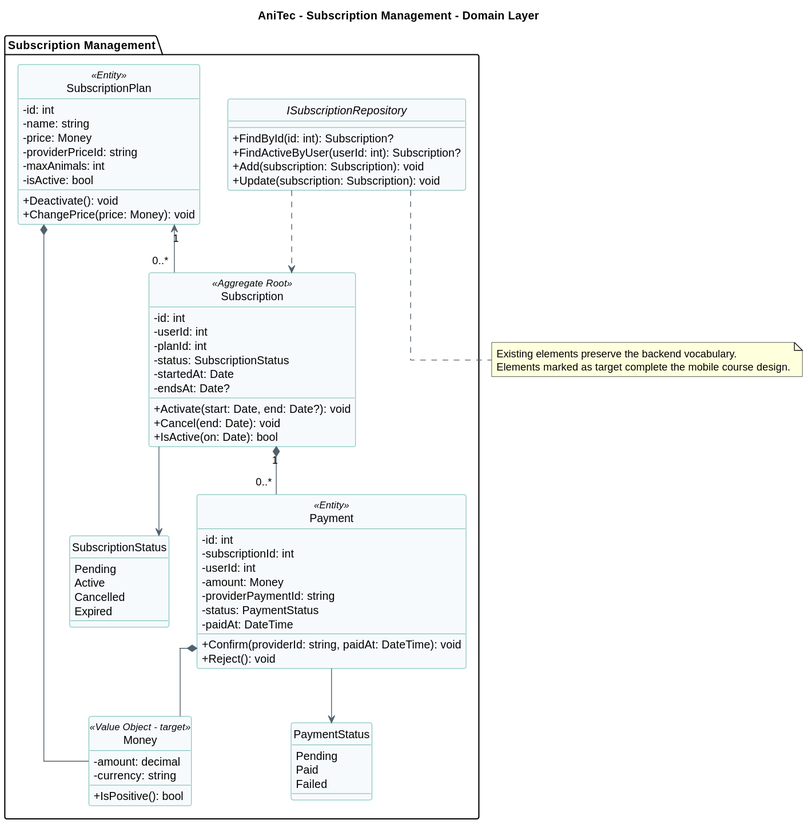
This is markdown/assets/codefordiagrams/2-6-8-Bounded-Context-Subscription-Management/2-6-8-domain-layer-class-diagram.svg from ADM-1ACC0238-2620-13975-Grupo01/Informe, a PlantUML export, as it was before one commit.
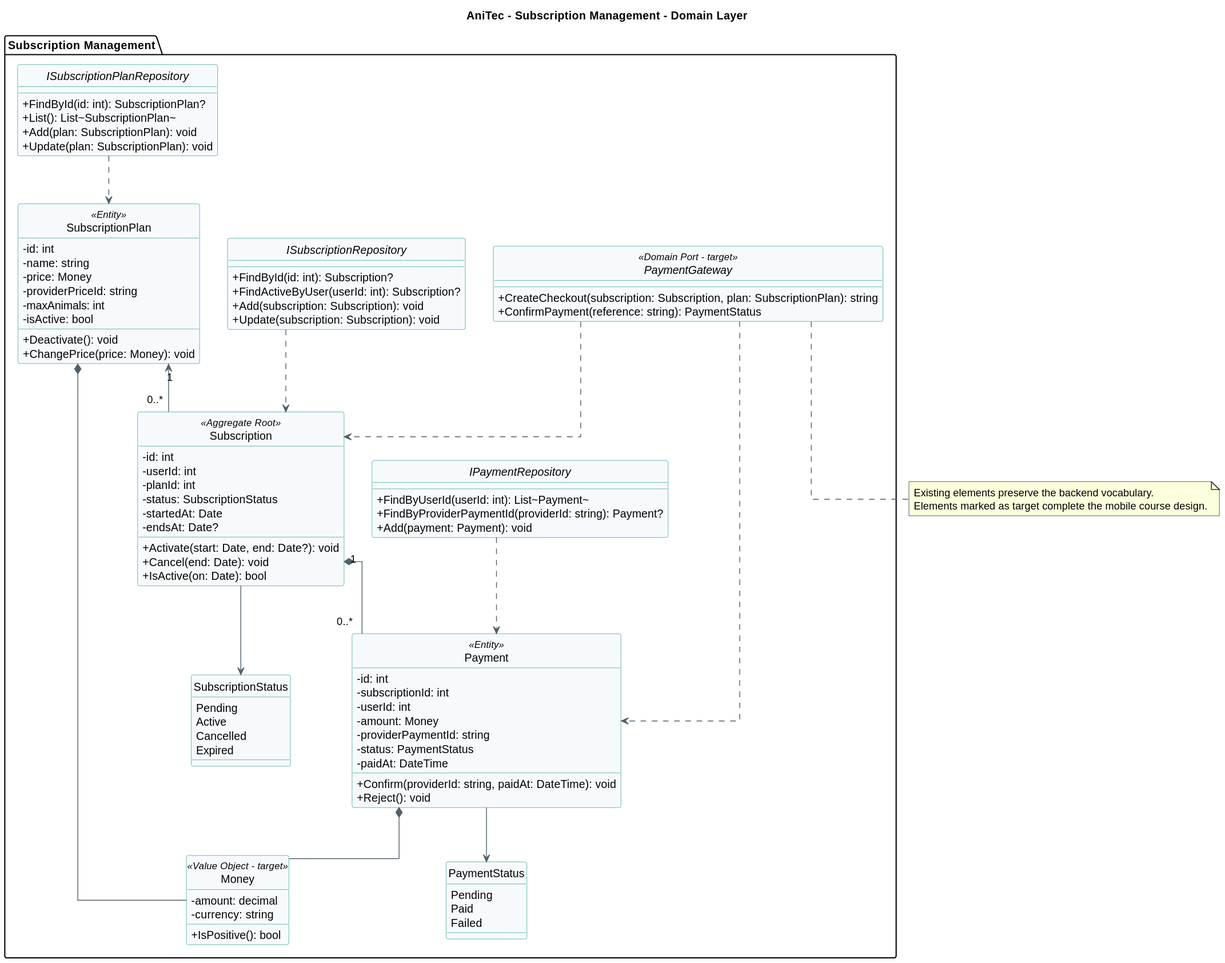
The same diagram one commit later.

Change to the diagram source:
```diff
@@ -72,6 +72,25 @@
 Payment *-- Money
 SubscriptionPlan *-- Money
 ISubscriptionRepository ..> Subscription
+interface ISubscriptionPlanRepository {
+  +FindById(id: int): SubscriptionPlan?
+  +List(): List~SubscriptionPlan~
+  +Add(plan: SubscriptionPlan): void
+  +Update(plan: SubscriptionPlan): void
+}
+interface IPaymentRepository {
+  +FindByUserId(userId: int): List~Payment~
+  +FindByProviderPaymentId(providerId: string): Payment?
+  +Add(payment: Payment): void
+}
+interface PaymentGateway <<Domain Port - target>> {
+  +CreateCheckout(subscription: Subscription, plan: SubscriptionPlan): string
+  +ConfirmPayment(reference: string): PaymentStatus
+}
+ISubscriptionPlanRepository ..> SubscriptionPlan
+IPaymentRepository ..> Payment
+PaymentGateway ..> Subscription
+PaymentGateway ..> Payment
 }
 
 note bottom
```
